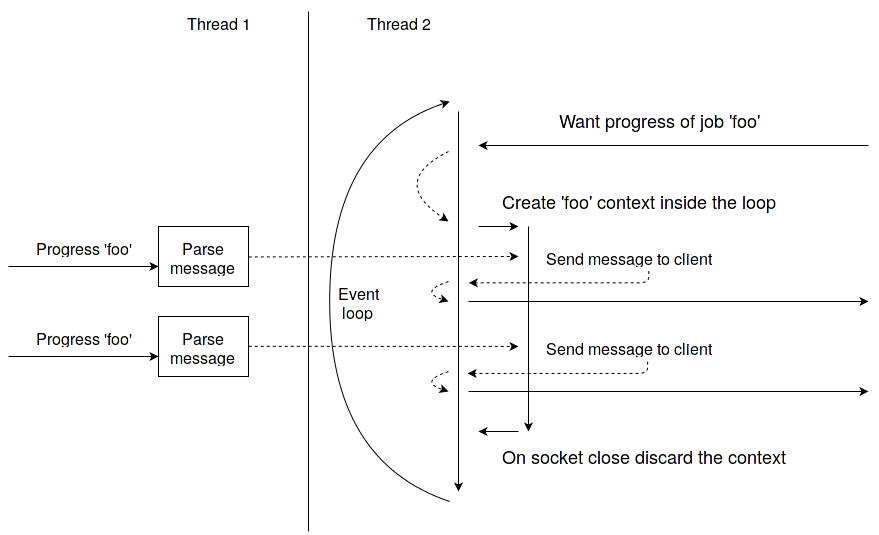
Above: images/Monitor_arch.png in ReCodEx/wiki (draw.io), before the change. Source tidied: cells renumbered, new cells last; positions are measured from the earlier drawing's top-left corner, leaving out a move shared by most shapes.
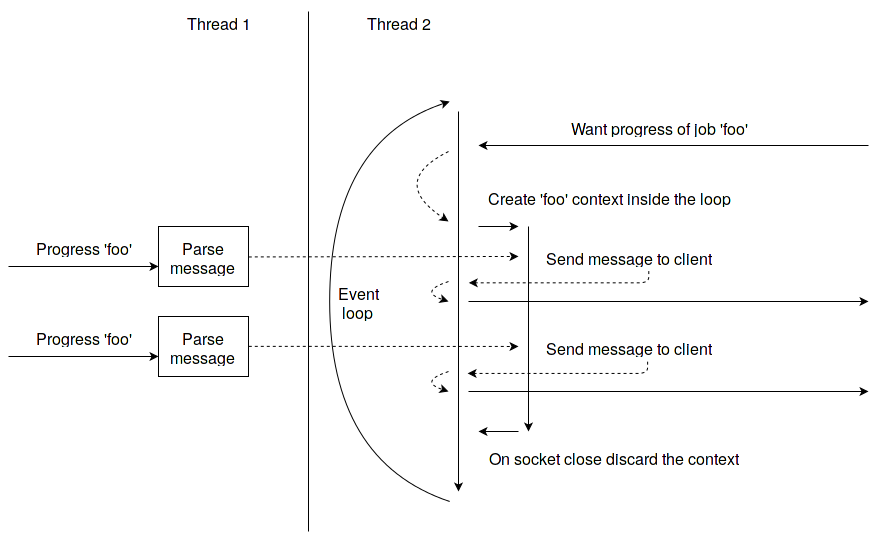
Later version of the same file.

Commit message:
Fix font size

Diff of the diagram source:
```diff
@@ -62,8 +62,8 @@
         <mxPoint x="470" y="144" as="targetPoint" />
       </mxGeometry>
     </mxCell>
-    <mxCell id="15" value="Want progress of job 'foo'&lt;br&gt;" style="text;html=1;strokeColor=none;fillColor=none;align=center;verticalAlign=middle;whiteSpace=wrap;overflow=hidden;rounded=1;fontSize=18;" parent="1" vertex="1">
-      <mxGeometry x="520" y="104" width="260" height="30" as="geometry" />
+    <mxCell id="15" value="Want progress of job 'foo'&lt;br&gt;" style="text;html=1;strokeColor=none;fillColor=none;align=center;verticalAlign=middle;whiteSpace=wrap;overflow=hidden;rounded=1;fontSize=16;" parent="1" vertex="1">
+      <mxGeometry x="520" y="110" width="260" height="30" as="geometry" />
     </mxCell>
     <mxCell id="16" style="endArrow=classic;html=1;strokeColor=#000000;fontSize=18;" parent="1" edge="1">
       <mxGeometry relative="1" as="geometry">
@@ -77,8 +77,8 @@
         <mxPoint x="510" y="225" as="targetPoint" />
       </mxGeometry>
     </mxCell>
-    <mxCell id="18" value="Create 'foo' context inside the loop&lt;br&gt;" style="text;html=1;strokeColor=none;fillColor=none;align=center;verticalAlign=middle;whiteSpace=wrap;overflow=hidden;rounded=1;fontSize=18;" parent="1" vertex="1">
-      <mxGeometry x="470" y="185" width="320" height="30" as="geometry" />
+    <mxCell id="18" value="Create 'foo' context inside the loop&lt;br&gt;" style="text;html=1;strokeColor=none;fillColor=none;align=center;verticalAlign=middle;whiteSpace=wrap;overflow=hidden;rounded=1;fontSize=16;" parent="1" vertex="1">
+      <mxGeometry x="440" y="180" width="320" height="30" as="geometry" />
     </mxCell>
     <mxCell id="19" value="Progress 'foo'&lt;br&gt;" style="text;html=1;strokeColor=none;fillColor=none;align=center;verticalAlign=middle;whiteSpace=wrap;overflow=hidden;fontSize=16;" parent="1" vertex="1">
       <mxGeometry x="20" y="315" width="110" height="40" as="geometry" />
@@ -109,8 +109,8 @@
         <mxPoint x="470" y="430" as="targetPoint" />
       </mxGeometry>
     </mxCell>
-    <mxCell id="26" value="On socket close discard the context&lt;br&gt;" style="text;html=1;strokeColor=none;fillColor=none;align=center;verticalAlign=middle;whiteSpace=wrap;overflow=hidden;rounded=1;fontSize=18;" parent="1" vertex="1">
-      <mxGeometry x="470" y="440" width="330" height="30" as="geometry" />
+    <mxCell id="26" value="On socket close discard the context&lt;br&gt;" style="text;html=1;strokeColor=none;fillColor=none;align=center;verticalAlign=middle;whiteSpace=wrap;overflow=hidden;rounded=1;fontSize=16;" parent="1" vertex="1">
+      <mxGeometry x="440" y="440" width="330" height="30" as="geometry" />
     </mxCell>
     <mxCell id="27" style="curved=1;endArrow=classic;html=1;strokeColor=#000000;fontSize=18;dashed=1;" parent="1" edge="1">
       <mxGeometry relative="1" as="geometry">
```
